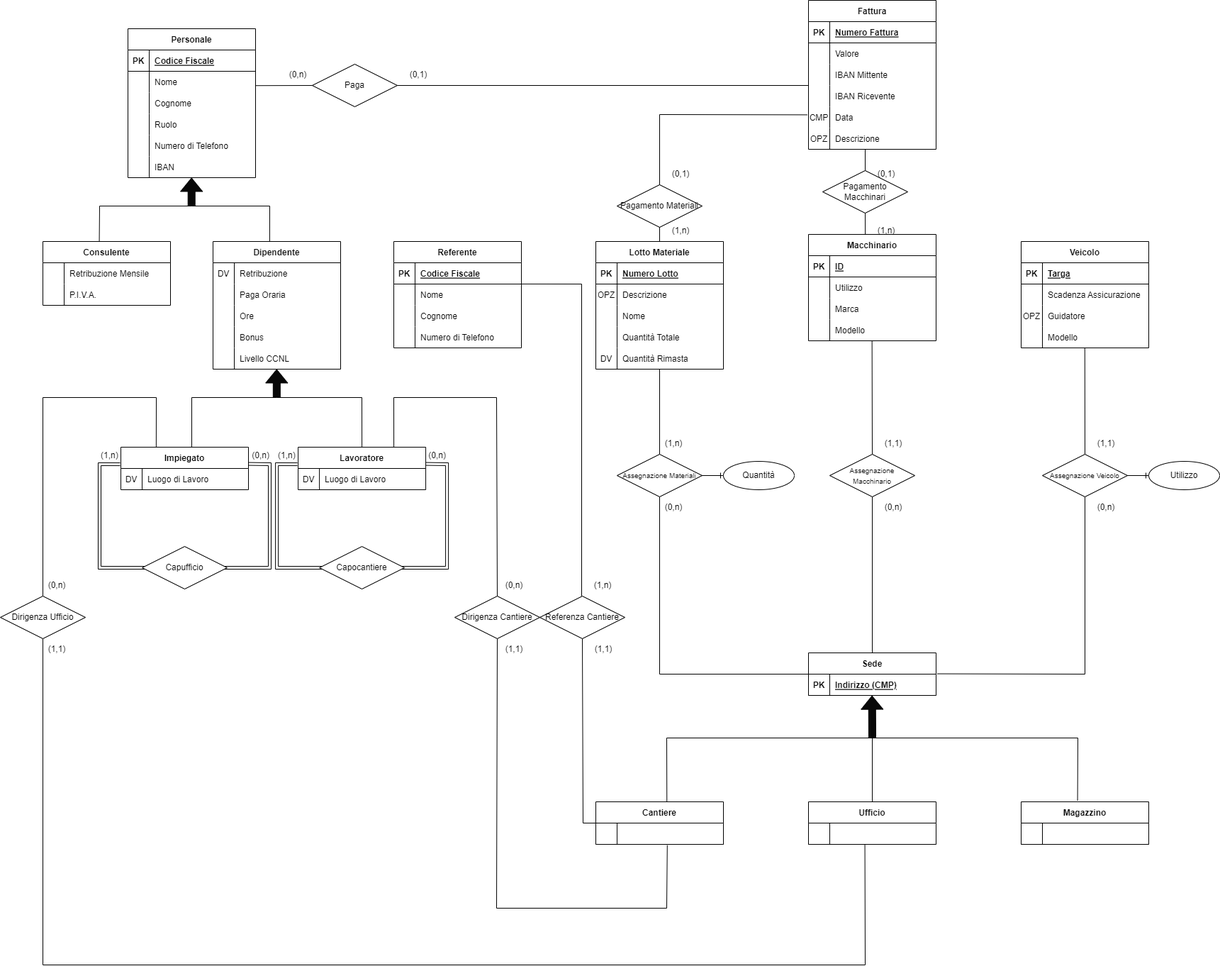
This is Immagine Diagramma ER.png from JacopoPassariello/BD2022, a draw.io export, as it was before one commit. Source tidied: cells renumbered, new cells last; positions are measured from the earlier drawing's top-left corner, leaving out a move shared by most shapes.
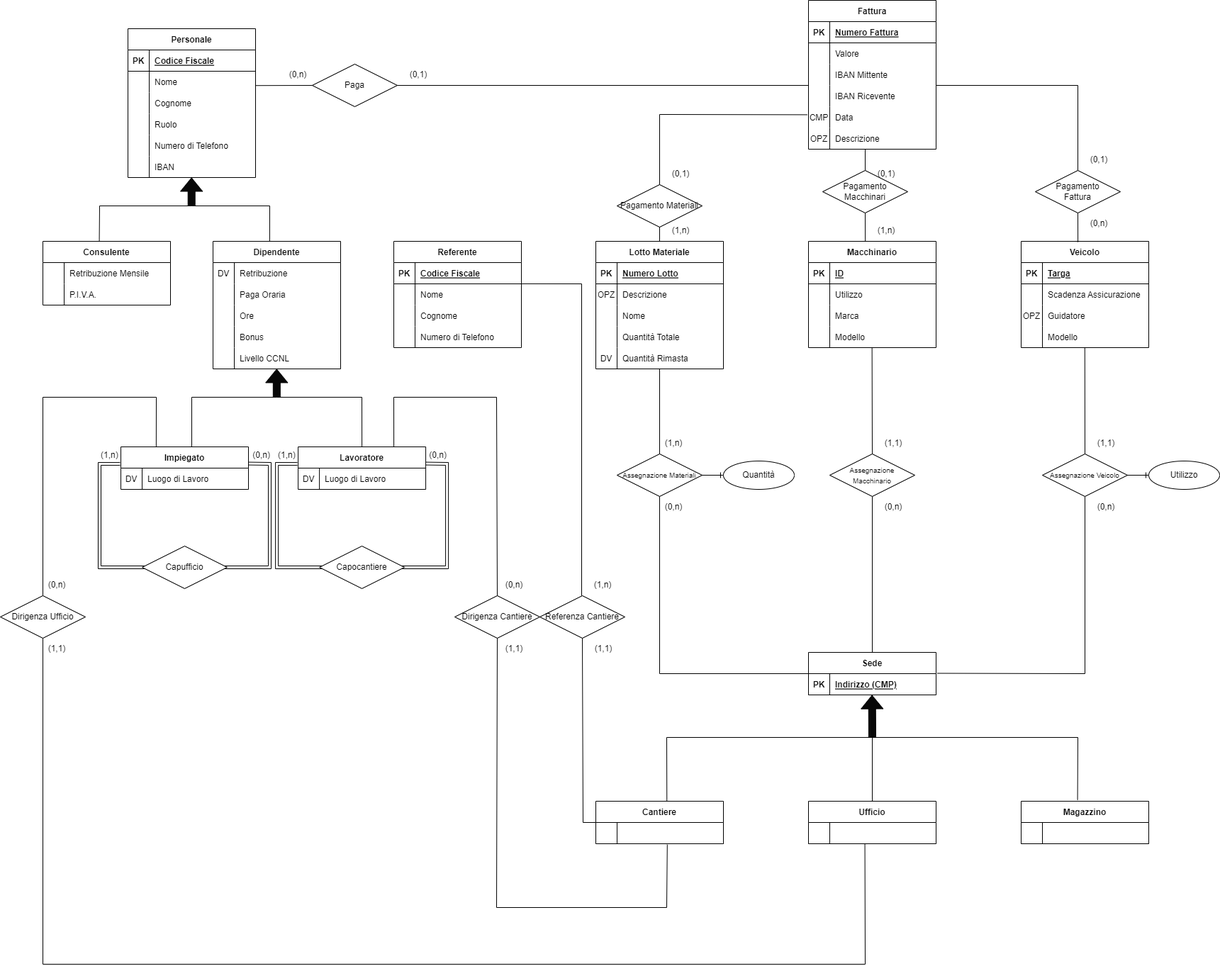
The same file after the commit.

The edit, as a diff of the source:
```diff
@@ -256,7 +256,7 @@
       <mxGeometry x="450.1" y="770" width="120" height="60" as="geometry" />
     </mxCell>
     <mxCell id="68" value="Macchinario" style="shape=table;startSize=30;rowLines=0;fontStyle=1;align=center;" parent="1" vertex="1">
-      <mxGeometry x="1140" y="330" width="180" height="150" as="geometry" />
+      <mxGeometry x="1140" y="340" width="180" height="150" as="geometry" />
     </mxCell>
     <mxCell id="69" style="shape=tableRow;horizontal=0;startSize=0;swimlaneHead=0;swimlaneBody=0;fillColor=none;top=0;left=0;right=0;bottom=1;" parent="68" vertex="1">
       <mxGeometry y="30" width="180" height="30" as="geometry" />
@@ -752,5 +752,25 @@
     <mxCell id="211" value="Utilizzo" style="ellipse;whiteSpace=wrap;html=1;align=center;" parent="1" vertex="1">
       <mxGeometry x="1620" y="650" width="100" height="40" as="geometry" />
     </mxCell>
+    <mxCell id="212" value="Pagamento &lt;br&gt;Fattura" style="shape=rhombus;perimeter=rhombusPerimeter;whiteSpace=wrap;html=1;align=center;" parent="1" vertex="1">
+      <mxGeometry x="1460" y="240" width="120" height="60" as="geometry" />
+    </mxCell>
+    <mxCell id="213" style="line;strokeWidth=1;dashed=0;labelPosition=right;align=left;verticalAlign=middle;spacingTop=0;spacingLeft=6;" parent="1" vertex="1">
+      <mxGeometry x="1320" y="115" width="200" height="10" as="geometry" />
+    </mxCell>
+    <mxCell id="214" style="endArrow=none;html=1;rounded=0;exitX=0.5;exitY=0;exitDx=0;exitDy=0;" parent="1" edge="1" source="212">
+      <mxGeometry relative="1" as="geometry">
+        <mxPoint x="1520" y="120" as="targetPoint" />
+      </mxGeometry>
+    </mxCell>
+    <mxCell id="215" style="endArrow=none;html=1;rounded=0;entryX=0.5;entryY=1;entryDx=0;entryDy=0;exitX=0.445;exitY=0.008;exitDx=0;exitDy=0;exitPerimeter=0;" parent="1" edge="1" source="81" target="212">
+      <mxGeometry relative="1" as="geometry" />
+    </mxCell>
+    <mxCell id="216" value="(0,1)" style="text;html=1;strokeColor=none;fillColor=none;align=center;verticalAlign=middle;whiteSpace=wrap;rounded=0;" parent="1" vertex="1">
+      <mxGeometry x="1520" y="210" width="60" height="30" as="geometry" />
+    </mxCell>
+    <mxCell id="217" value="(0,n)" style="text;html=1;strokeColor=none;fillColor=none;align=center;verticalAlign=middle;whiteSpace=wrap;rounded=0;" parent="1" vertex="1">
+      <mxGeometry x="1520" y="300" width="60" height="30" as="geometry" />
+    </mxCell>
   </root>
 </mxGraphModel>
```
